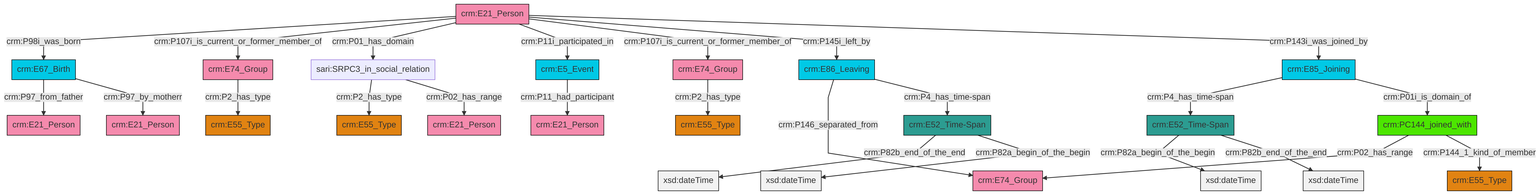
Above: et/personCSV/ttl/mmd/png/Person_Actor_Relations.png in swiss-art-research-net/docs.swissartresearch (Mermaid), before the change. Its source is kept beside it as et/personCSV/ttl/mmd/Person_Actor_Relations.ttl.mmd.
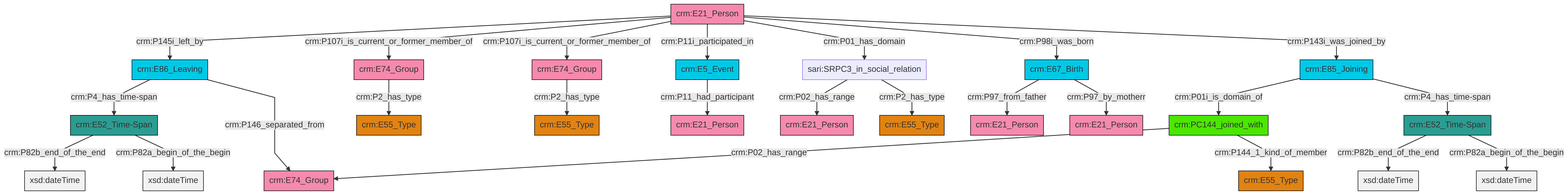
Above is the later version.

What changed in the source:
```diff
@@ -13,27 +13,27 @@
 classDef PC_Classes fill:#4ce600, stroke:#000000;
 classDef Multi fill:#cccccc,stroke:#000000;
 
-4["crm:E52_Time-Span"]:::Time-Span -->|crm:P82b_end_of_the_end| 5[xsd:dateTime]:::Literal
-6["crm:E67_Birth"]:::Temporal_Entity -->|crm:P97_from_father| 7["crm:E21_Person"]:::Actor
-8["crm:E52_Time-Span"]:::Time-Span -->|crm:P82a_begin_of_the_begin| 9[xsd:dateTime]:::Literal
-13["crm:E74_Group"]:::Actor -->|crm:P2_has_type| 15["crm:E55_Type"]:::Type
-19["crm:E86_Leaving"]:::Temporal_Entity -->|crm:P146_separated_from| 20["crm:E74_Group"]:::Actor
-26["crm:E21_Person"]:::Actor -->|crm:P98i_was_born| 6["crm:E67_Birth"]:::Temporal_Entity
-0["crm:PC144_joined_with"]:::PC_Classes -->|crm:P02_has_range| 20["crm:E74_Group"]:::Actor
-17["crm:E85_Joining"]:::Temporal_Entity -->|crm:P4_has_time-span| 8["crm:E52_Time-Span"]:::Time-Span
-29["crm:E5_Event"]:::Temporal_Entity -->|crm:P11_had_participant| 21["crm:E21_Person"]:::Actor
-26["crm:E21_Person"]:::Actor -->|crm:P107i_is_current_or_former_member_of| 30["crm:E74_Group"]:::Actor
-26["crm:E21_Person"]:::Actor -->|crm:P01_has_domain| 2["sari:SRPC3_in_social_relation"]:::Default
-4["crm:E52_Time-Span"]:::Time-Span -->|crm:P82a_begin_of_the_begin| 31[xsd:dateTime]:::Literal
-17["crm:E85_Joining"]:::Temporal_Entity -->|crm:P01i_is_domain_of| 0["crm:PC144_joined_with"]:::PC_Classes
-26["crm:E21_Person"]:::Actor -->|crm:P11i_participated_in| 29["crm:E5_Event"]:::Temporal_Entity
-26["crm:E21_Person"]:::Actor -->|crm:P107i_is_current_or_former_member_of| 13["crm:E74_Group"]:::Actor
-6["crm:E67_Birth"]:::Temporal_Entity -->|crm:P97_by_motherr| 33["crm:E21_Person"]:::Actor
-30["crm:E74_Group"]:::Actor -->|crm:P2_has_type| 38["crm:E55_Type"]:::Type
-19["crm:E86_Leaving"]:::Temporal_Entity -->|crm:P4_has_time-span| 4["crm:E52_Time-Span"]:::Time-Span
-8["crm:E52_Time-Span"]:::Time-Span -->|crm:P82b_end_of_the_end| 40[xsd:dateTime]:::Literal
-26["crm:E21_Person"]:::Actor -->|crm:P145i_left_by| 19["crm:E86_Leaving"]:::Temporal_Entity
-0["crm:PC144_joined_with"]:::PC_Classes -->|crm:P144_1_kind_of_member| 10["crm:E55_Type"]:::Type
-2["sari:SRPC3_in_social_relation"]:::Default -->|crm:P2_has_type| 27["crm:E55_Type"]:::Type
-26["crm:E21_Person"]:::Actor -->|crm:P143i_was_joined_by| 17["crm:E85_Joining"]:::Temporal_Entity
-2["sari:SRPC3_in_social_relation"]:::Default -->|crm:P02_has_range| 23["crm:E21_Person"]:::Actor
+0["crm:E67_Birth"]:::Temporal_Entity -->|crm:P97_from_father| 1["crm:E21_Person"]:::Actor
+9["crm:E21_Person"]:::Actor -->|crm:P145i_left_by| 10["crm:E86_Leaving"]:::Temporal_Entity
+6["crm:PC144_joined_with"]:::PC_Classes -->|crm:P02_has_range| 4["crm:E74_Group"]:::Actor
+18["crm:E52_Time-Span"]:::Time-Span -->|crm:P82b_end_of_the_end| 19[xsd:dateTime]:::Literal
+20["crm:E74_Group"]:::Actor -->|crm:P2_has_type| 21["crm:E55_Type"]:::Type
+16["crm:E74_Group"]:::Actor -->|crm:P2_has_type| 2["crm:E55_Type"]:::Type
+22["crm:E5_Event"]:::Temporal_Entity -->|crm:P11_had_participant| 23["crm:E21_Person"]:::Actor
+9["crm:E21_Person"]:::Actor -->|crm:P107i_is_current_or_former_member_of| 20["crm:E74_Group"]:::Actor
+25["sari:SRPC3_in_social_relation"]:::Default -->|crm:P02_has_range| 13["crm:E21_Person"]:::Actor
+30["crm:E52_Time-Span"]:::Time-Span -->|crm:P82b_end_of_the_end| 31[xsd:dateTime]:::Literal
+0["crm:E67_Birth"]:::Temporal_Entity -->|crm:P97_by_motherr| 27["crm:E21_Person"]:::Actor
+10["crm:E86_Leaving"]:::Temporal_Entity -->|crm:P4_has_time-span| 18["crm:E52_Time-Span"]:::Time-Span
+9["crm:E21_Person"]:::Actor -->|crm:P107i_is_current_or_former_member_of| 16["crm:E74_Group"]:::Actor
+9["crm:E21_Person"]:::Actor -->|crm:P11i_participated_in| 22["crm:E5_Event"]:::Temporal_Entity
+9["crm:E21_Person"]:::Actor -->|crm:P01_has_domain| 25["sari:SRPC3_in_social_relation"]:::Default
+38["crm:E85_Joining"]:::Temporal_Entity -->|crm:P01i_is_domain_of| 6["crm:PC144_joined_with"]:::PC_Classes
+25["sari:SRPC3_in_social_relation"]:::Default -->|crm:P2_has_type| 34["crm:E55_Type"]:::Type
+6["crm:PC144_joined_with"]:::PC_Classes -->|crm:P144_1_kind_of_member| 11["crm:E55_Type"]:::Type
+9["crm:E21_Person"]:::Actor -->|crm:P98i_was_born| 0["crm:E67_Birth"]:::Temporal_Entity
+30["crm:E52_Time-Span"]:::Time-Span -->|crm:P82a_begin_of_the_begin| 44[xsd:dateTime]:::Literal
+38["crm:E85_Joining"]:::Temporal_Entity -->|crm:P4_has_time-span| 30["crm:E52_Time-Span"]:::Time-Span
+10["crm:E86_Leaving"]:::Temporal_Entity -->|crm:P146_separated_from| 4["crm:E74_Group"]:::Actor
+18["crm:E52_Time-Span"]:::Time-Span -->|crm:P82a_begin_of_the_begin| 46[xsd:dateTime]:::Literal
+9["crm:E21_Person"]:::Actor -->|crm:P143i_was_joined_by| 38["crm:E85_Joining"]:::Temporal_Entity
```
